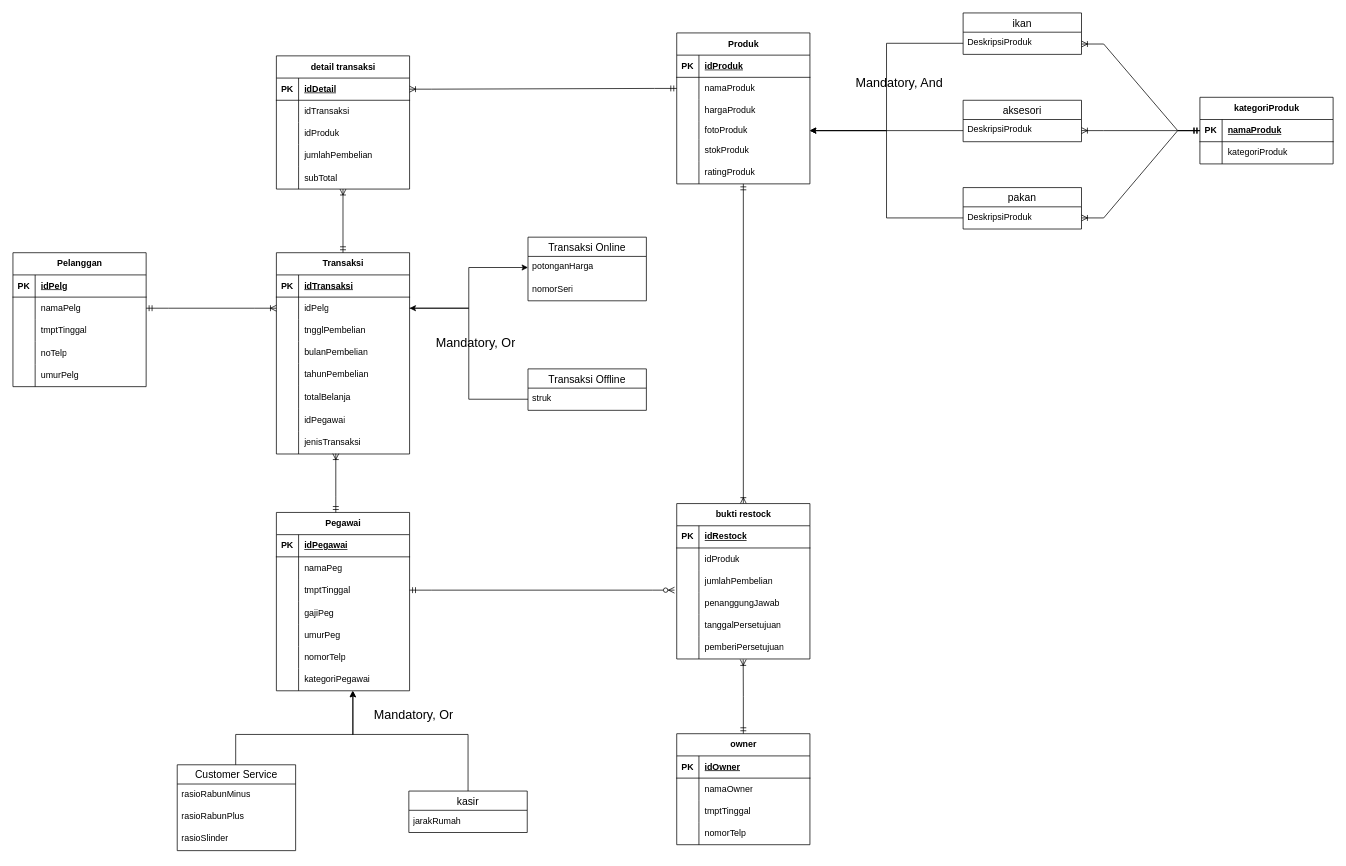
Before: Diagram Tanpa Judul.drawio in shinoaaa/flowchartttz, a draw.io diagram. Source tidied: cells renumbered, new cells numbered last; positions are measured from the earlier drawing's top-left corner, leaving out a move shared by most shapes. Both pictures are drawn from the tidied source at 74%, with x=0, y=0 at pixel (13, 13).
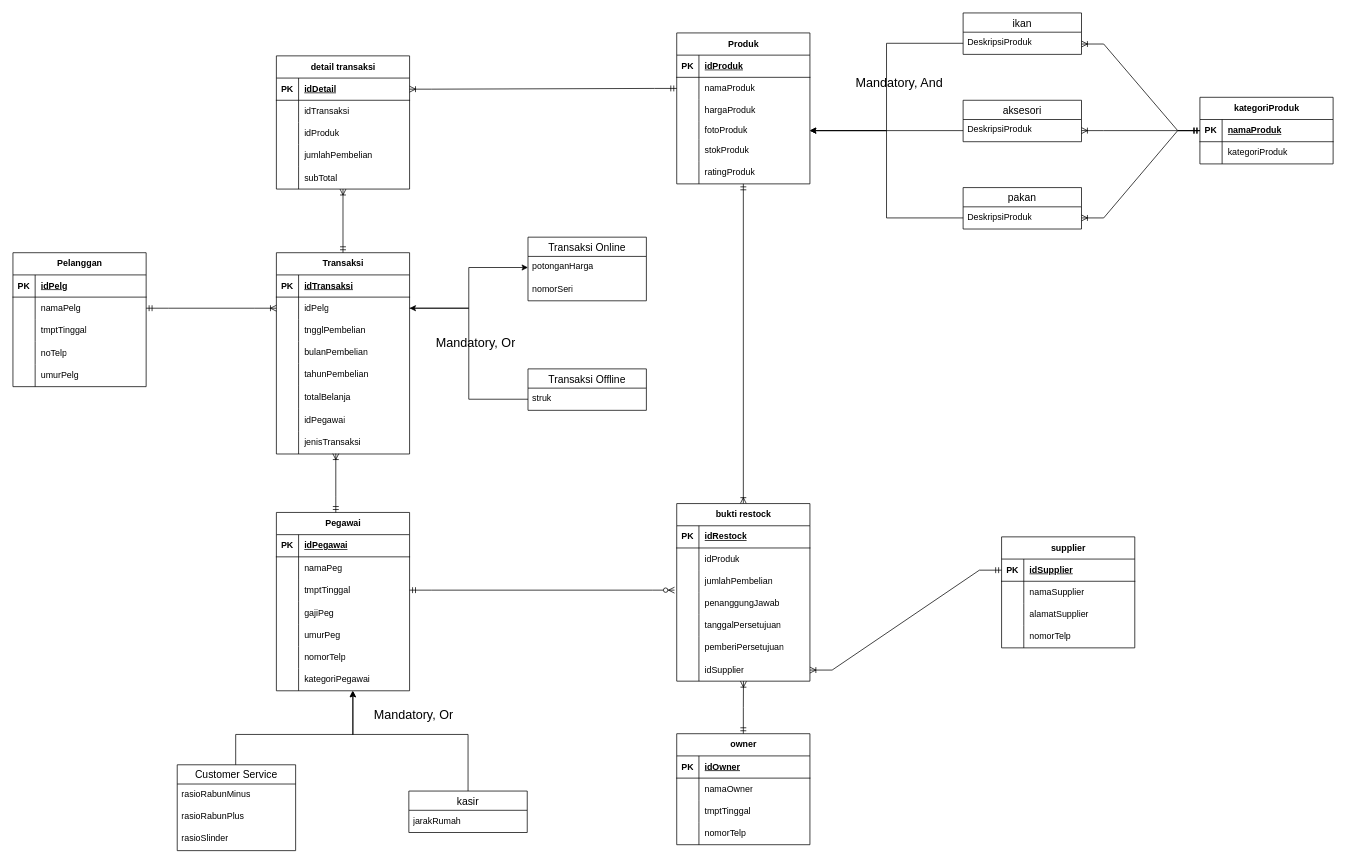
Above is the later version.

The change refers to these unchanged cells:
```xml
<mxCell id="159" style="shape=tableRow;horizontal=0;startSize=0;swimlaneHead=0;swimlaneBody=0;fillColor=none;points=[[0,0.5],[1,0.5]];portConstraint=eastwest;top=0;left=0;right=0;bottom=0;" parent="143" vertex="1">
  <mxGeometry y="180" width="180" height="30" as="geometry" />
</mxCell>
<mxCell id="163" value="owner" style="shape=table;startSize=30;childLayout=tableLayout;rowLines=0;fontStyle=1;align=center;html=1;" parent="1" vertex="1">
  <mxGeometry x="897" y="974" width="180" height="150" as="geometry" />
</mxCell>
```

What changed in the source:
```diff
@@
     <mxCell id="143" value="bukti restock" style="shape=table;startSize=30;childLayout=tableLayout;rowLines=0;fontStyle=1;align=center;html=1;" parent="1" vertex="1">
-      <mxGeometry x="897" y="663" width="180" height="210" as="geometry" />
+      <mxGeometry x="897" y="663" width="180" height="240" as="geometry" />
     </mxCell>
@@
+    <mxCell id="178" style="shape=tableRow;horizontal=0;startSize=0;swimlaneHead=0;swimlaneBody=0;fillColor=none;points=[[0,0.5],[1,0.5]];portConstraint=eastwest;top=0;left=0;right=0;bottom=0;" parent="143" vertex="1">
+      <mxGeometry y="210" width="180" height="30" as="geometry" />
+    </mxCell>
+    <mxCell id="179" style="shape=partialRectangle;fillColor=none;top=0;left=0;bottom=0;right=0;overflow=hidden;whiteSpace=wrap;html=1;" parent="178" vertex="1">
+      <mxGeometry width="30" height="30" as="geometry" />
+    </mxCell>
+    <mxCell id="180" value="idSupplier" style="shape=partialRectangle;fillColor=none;top=0;left=0;bottom=0;right=0;align=left;spacingLeft=6;overflow=hidden;whiteSpace=wrap;html=1;" parent="178" vertex="1">
+      <mxGeometry x="30" width="150" height="30" as="geometry" />
+    </mxCell>
@@
-    <mxCell id="177" style="edgeStyle=orthogonalEdgeStyle;rounded=0;jettySize=auto;html=1;entryX=0.499;entryY=1.023;entryDx=0;entryDy=0;entryPerimeter=0;startArrow=ERmandOne;startFill=0;endArrow=ERoneToMany;endFill=0;" parent="1" edge="1" source="163" target="159">
+    <mxCell id="177" style="edgeStyle=orthogonalEdgeStyle;rounded=0;jettySize=auto;html=1;entryX=0.501;entryY=1.004;entryDx=0;entryDy=0;entryPerimeter=0;startArrow=ERmandOne;startFill=0;endArrow=ERoneToMany;endFill=0;" parent="1" edge="1" source="163" target="178">
       <mxGeometry relative="1" as="geometry" />
     </mxCell>
+    <mxCell id="181" value="supplier" style="shape=table;startSize=30;childLayout=tableLayout;rowLines=0;fontStyle=1;align=center;html=1;" parent="1" vertex="1">
+      <mxGeometry x="1336" y="708" width="180" height="150" as="geometry" />
+    </mxCell>
+    <mxCell id="182" style="shape=tableRow;horizontal=0;startSize=0;swimlaneHead=0;swimlaneBody=0;fillColor=none;points=[[0,0.5],[1,0.5]];portConstraint=eastwest;top=0;left=0;right=0;bottom=1;" parent="181" vertex="1">
+      <mxGeometry y="30" width="180" height="30" as="geometry" />
+    </mxCell>
+    <mxCell id="183" value="PK" style="shape=partialRectangle;fillColor=none;top=0;left=0;bottom=0;right=0;fontStyle=1;overflow=hidden;whiteSpace=wrap;html=1;" parent="182" vertex="1">
+      <mxGeometry width="30" height="30" as="geometry" />
+    </mxCell>
+    <mxCell id="184" value="idSupplier" style="shape=partialRectangle;fillColor=none;top=0;left=0;bottom=0;right=0;align=left;spacingLeft=6;fontStyle=5;overflow=hidden;whiteSpace=wrap;html=1;" parent="182" vertex="1">
+      <mxGeometry x="30" width="150" height="30" as="geometry" />
+    </mxCell>
+    <mxCell id="185" style="shape=tableRow;horizontal=0;startSize=0;swimlaneHead=0;swimlaneBody=0;fillColor=none;top=0;left=0;right=0;bottom=0;" parent="181" vertex="1">
+      <mxGeometry y="60" width="180" height="30" as="geometry" />
+    </mxCell>
+    <mxCell id="186" style="shape=partialRectangle;fillColor=none;top=0;left=0;bottom=0;right=0;overflow=hidden;whiteSpace=wrap;html=1;" parent="185" vertex="1">
+      <mxGeometry width="30" height="30" as="geometry" />
+    </mxCell>
+    <mxCell id="187" value="namaSupplier" style="shape=partialRectangle;fillColor=none;top=0;left=0;bottom=0;right=0;align=left;spacingLeft=6;overflow=hidden;whiteSpace=wrap;html=1;" parent="185" vertex="1">
+      <mxGeometry x="30" width="150" height="30" as="geometry" />
+    </mxCell>
+    <mxCell id="188" style="shape=tableRow;horizontal=0;startSize=0;swimlaneHead=0;swimlaneBody=0;fillColor=none;top=0;left=0;right=0;bottom=0;" parent="181" vertex="1">
+      <mxGeometry y="90" width="180" height="30" as="geometry" />
+    </mxCell>
+    <mxCell id="189" style="shape=partialRectangle;fillColor=none;top=0;left=0;bottom=0;right=0;overflow=hidden;whiteSpace=wrap;html=1;" parent="188" vertex="1">
+      <mxGeometry width="30" height="30" as="geometry" />
+    </mxCell>
+    <mxCell id="190" value="alamatSupplier" style="shape=partialRectangle;fillColor=none;top=0;left=0;bottom=0;right=0;align=left;spacingLeft=6;overflow=hidden;whiteSpace=wrap;html=1;" parent="188" vertex="1">
+      <mxGeometry x="30" width="150" height="30" as="geometry" />
+    </mxCell>
+    <mxCell id="191" style="shape=tableRow;horizontal=0;startSize=0;swimlaneHead=0;swimlaneBody=0;fillColor=none;top=0;left=0;right=0;bottom=0;" parent="181" vertex="1">
+      <mxGeometry y="120" width="180" height="30" as="geometry" />
+    </mxCell>
+    <mxCell id="192" style="shape=partialRectangle;fillColor=none;top=0;left=0;bottom=0;right=0;overflow=hidden;whiteSpace=wrap;html=1;" parent="191" vertex="1">
+      <mxGeometry width="30" height="30" as="geometry" />
+    </mxCell>
+    <mxCell id="193" value="nomorTelp" style="shape=partialRectangle;fillColor=none;top=0;left=0;bottom=0;right=0;align=left;spacingLeft=6;overflow=hidden;whiteSpace=wrap;html=1;" parent="191" vertex="1">
+      <mxGeometry x="30" width="150" height="30" as="geometry" />
+    </mxCell>
+    <mxCell id="194" style="edgeStyle=entityRelationEdgeStyle;fontSize=12;html=1;endArrow=ERmandOne;startArrow=ERoneToMany;rounded=0;exitX=1;exitY=0.5;exitDx=0;exitDy=0;entryX=0;entryY=0.5;entryDx=0;entryDy=0;endFill=0;" parent="1" edge="1" source="178" target="182">
+      <mxGeometry relative="1" as="geometry" />
+    </mxCell>
```
